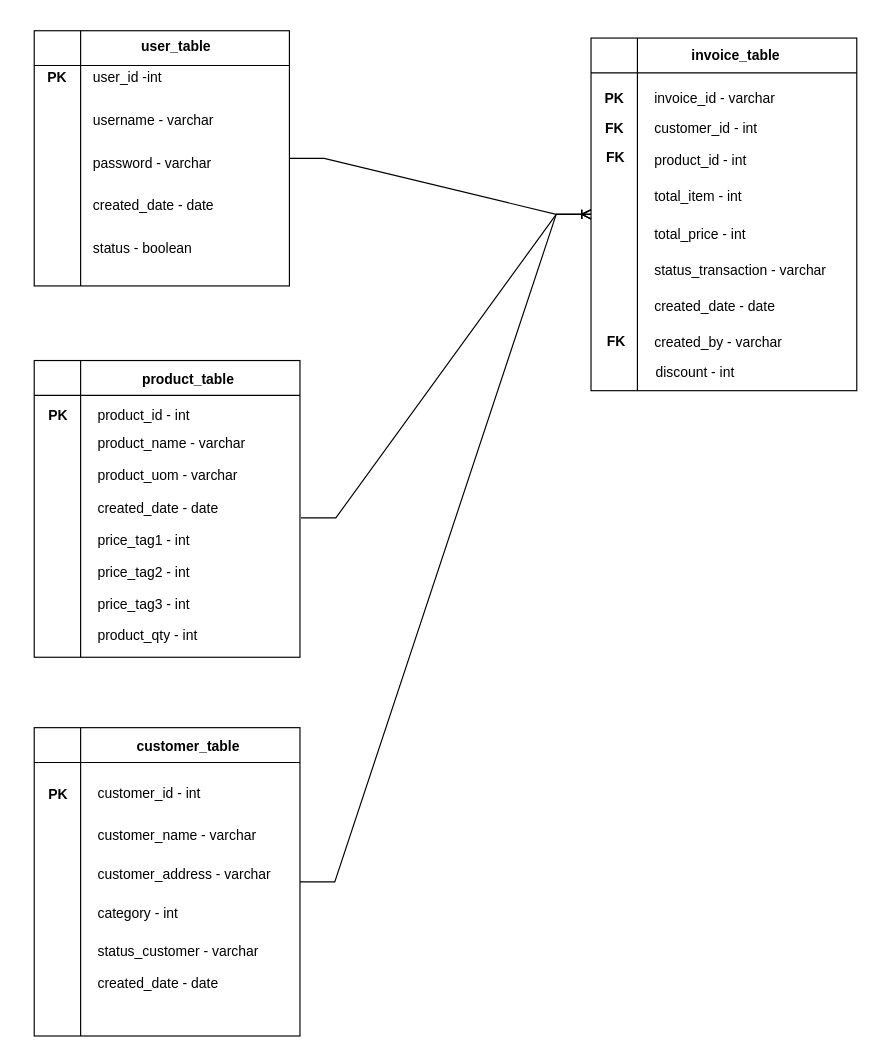
The draw.io diagram Cahaya Gading Diagram.drawio in riolentius/CahayaGading, before the edit. Source tidied: cells renumbered, new cells numbered last; positions are measured from the earlier drawing's top-left corner, leaving out a move shared by most shapes. Both pictures are drawn from the tidied source at 116%, with x=0, y=0 at pixel (20, 19).
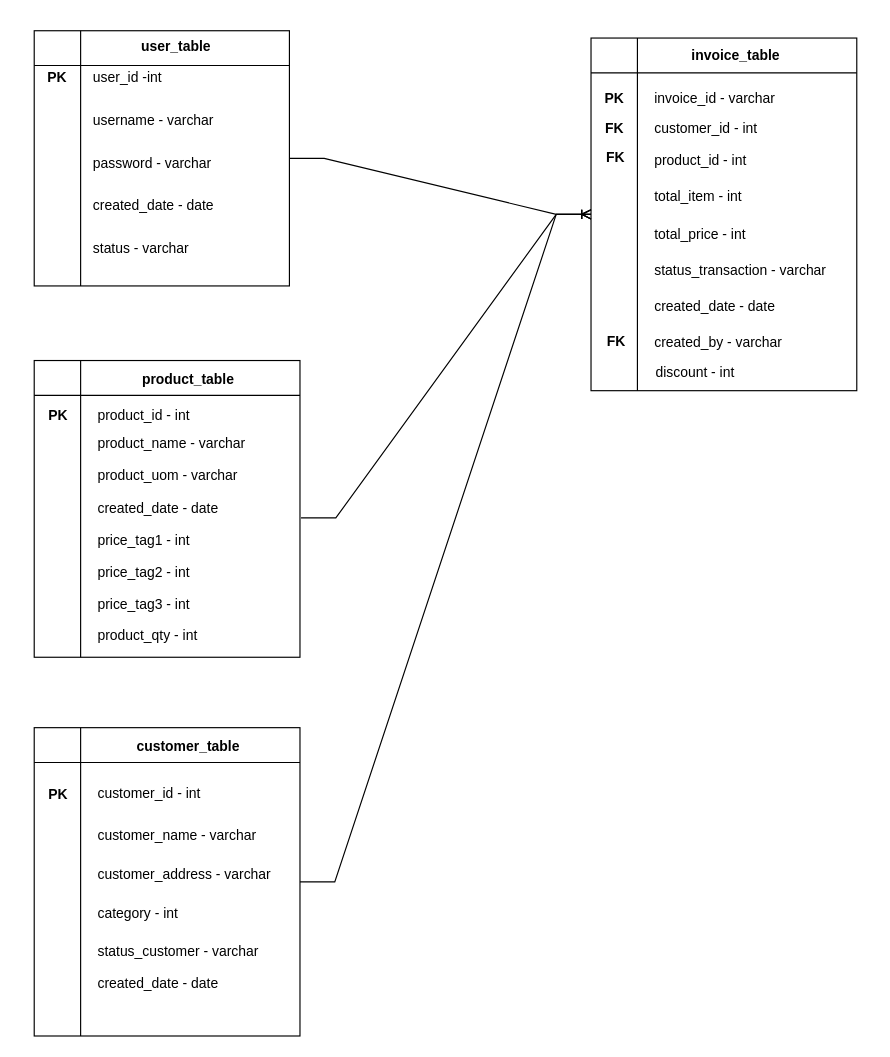
Above is the later version.

The change refers to these unchanged cells:
```xml
<mxCell id="6" style="group;" parent="3" vertex="1">
  <mxGeometry x="48.9" y="27.5" width="146.7" height="174.2" as="geometry" />
</mxCell>
```

The edit, as a diff of the source:
```diff
@@
-    <mxCell id="11" value="status - boolean" style="text;html=1;strokeColor=none;fillColor=none;align=left;verticalAlign=middle;whiteSpace=wrap;rounded=0;" parent="6" vertex="1">
+    <mxCell id="11" value="status - varchar" style="text;html=1;strokeColor=none;fillColor=none;align=left;verticalAlign=middle;whiteSpace=wrap;rounded=0;" parent="6" vertex="1">
       <mxGeometry y="146.7" width="146.7" height="27.5" as="geometry" />
     </mxCell>
```
